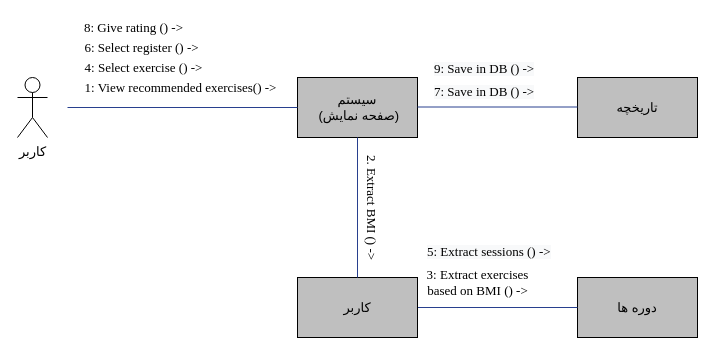
Earlier version of the draw.io diagram Docs./CommunicationDiagram-Community.drawio (ShadiMe-flutter/Workout). Source tidied: cells renumbered, new cells numbered last; positions are measured from the earlier drawing's top-left corner, leaving out a move shared by most shapes. Both pictures are drawn from the tidied source at 100%, with x=0, y=0 at pixel (17, 17).
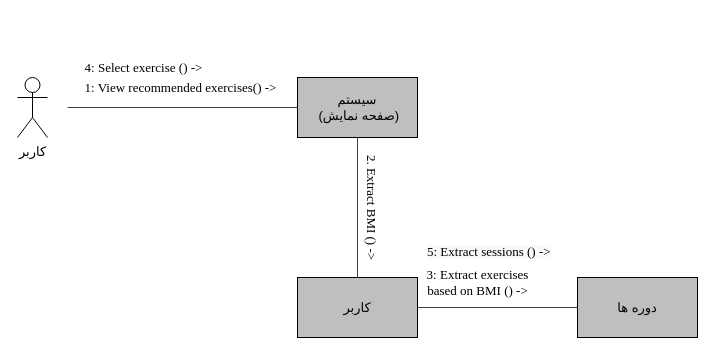
The same diagram, later.

What changed in the source:
```diff
@@
-    <mxCell id="14" value="&lt;font face=&quot;Times New Roman&quot; style=&quot;font-size: 13px&quot;&gt;6: Select register () -&amp;gt;&lt;/font&gt;" style="text;html=1;align=center;verticalAlign=middle;" parent="1" vertex="1">
-      <mxGeometry x="59" y="20" width="130" height="20" as="geometry" />
-    </mxCell>
-    <mxCell id="15" value="&lt;span style=&quot;color: rgb(0 , 0 , 0) ; font-style: normal ; font-weight: normal ; letter-spacing: normal ; text-align: center ; text-indent: 0px ; text-transform: none ; word-spacing: 0px ; background-color: rgb(248 , 249 , 250) ; text-decoration: none ; display: inline ; float: none&quot;&gt;&lt;font style=&quot;font-size: 13px&quot; face=&quot;Times New Roman&quot;&gt;7: Save in DB () -&amp;gt;&lt;/font&gt;&lt;/span&gt;" style="text;whiteSpace=wrap;html=1;rotation=0;" parent="1" vertex="1">
-      <mxGeometry x="415" y="60" width="170" height="30" as="geometry" />
-    </mxCell>
-    <mxCell id="16" value="&lt;font style=&quot;font-size: 13px&quot; face=&quot;B Zar&quot;&gt;تاریخچه&lt;/font&gt;" style="rounded=0;whiteSpace=wrap;html=1;fillColor=#BFBFBF;" parent="1" vertex="1">
-      <mxGeometry x="560" y="60" width="120" height="60" as="geometry" />
-    </mxCell>
-    <mxCell id="17" value="&lt;span style=&quot;color: rgb(0 , 0 , 0) ; font-style: normal ; font-weight: normal ; letter-spacing: normal ; text-align: center ; text-indent: 0px ; text-transform: none ; word-spacing: 0px ; background-color: rgb(248 , 249 , 250) ; text-decoration: none ; display: inline ; float: none&quot;&gt;&lt;font face=&quot;Times New Roman&quot; style=&quot;font-size: 13px&quot;&gt;9: Save in DB () -&amp;gt;&lt;/font&gt;&lt;/span&gt;" style="text;whiteSpace=wrap;html=1;rotation=0;" parent="1" vertex="1">
-      <mxGeometry x="415" y="37" width="170" height="30" as="geometry" />
-    </mxCell>
-    <mxCell id="18" value="&lt;font face=&quot;Times New Roman&quot; style=&quot;font-size: 13px&quot;&gt;8: Give rating () -&amp;gt;&lt;/font&gt;" style="text;html=1;align=center;verticalAlign=middle;" parent="1" vertex="1">
-      <mxGeometry x="61" width="110" height="20" as="geometry" />
-    </mxCell>
-    <mxCell id="19" style="endArrow=none;html=1;entryX=1;entryY=0.5;entryDx=0;entryDy=0;strokeColor=#28408E;exitX=0;exitY=0.5;exitDx=0;exitDy=0;" parent="1" edge="1">
-      <mxGeometry relative="1" as="geometry">
-        <mxPoint x="560" y="89.5" as="sourcePoint" />
-        <mxPoint x="400" y="89.5" as="targetPoint" />
-      </mxGeometry>
-    </mxCell>
```
